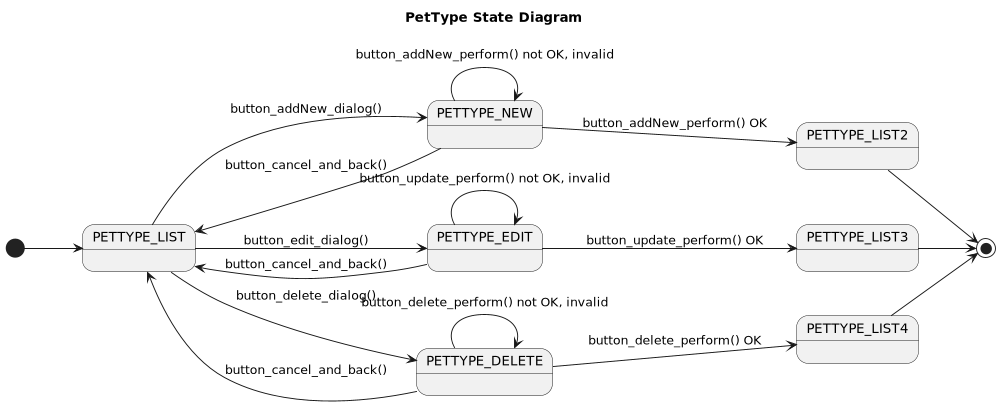
The PlantUML diagram src/main/webapp/img/PetType__UseCase_State-PetType_Use_Case_State_Diagram.png in Jakarta-EE-Petclinic/petclinic-jakartaee, before a commit.
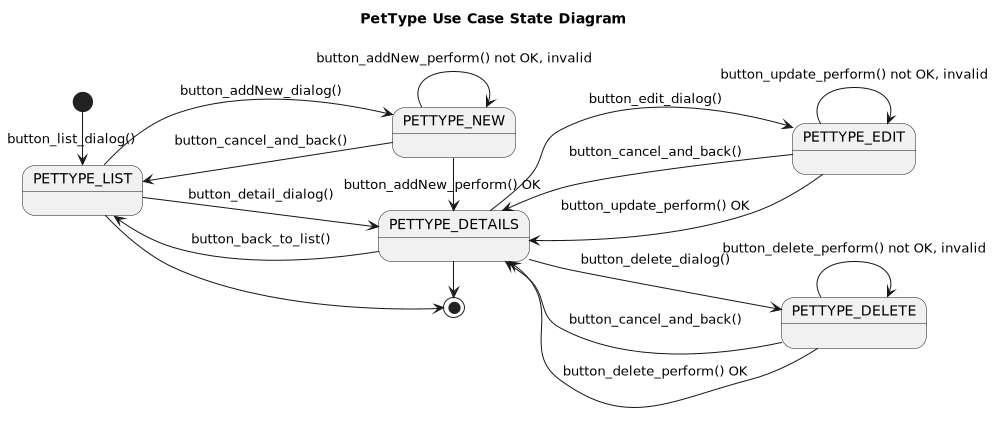
After the change.

Diff of the diagram source:
```diff
@@ -1,39 +1,39 @@
 @startuml
 
-title PetType State Diagram
+title PetType Use Case State Diagram
+
 
 left to right direction
 
 scale 1000 width
 
-[*] --> PETTYPE_LIST
+[*] -> PETTYPE_LIST: button_list_dialog()
 
 PETTYPE_LIST --> PETTYPE_NEW : button_addNew_dialog()
 PETTYPE_NEW --> PETTYPE_LIST: button_cancel_and_back()
-PETTYPE_NEW --> PETTYPE_LIST2: button_addNew_perform() OK
-
-PETTYPE_LIST --> PETTYPE_EDIT: button_edit_dialog()
-PETTYPE_EDIT --> PETTYPE_LIST: button_cancel_and_back()
-PETTYPE_EDIT --> PETTYPE_LIST3: button_update_perform() OK
-
-PETTYPE_LIST --> PETTYPE_DELETE: button_delete_dialog()
-PETTYPE_DELETE --> PETTYPE_LIST: button_cancel_and_back()
-PETTYPE_DELETE --> PETTYPE_LIST4: button_delete_perform() OK
-
-PETTYPE_LIST2 --> [*]
-PETTYPE_LIST3 --> [*]
-PETTYPE_LIST4 --> [*]
-
-
 state PETTYPE_NEW {
     PETTYPE_NEW --> PETTYPE_NEW : button_addNew_perform() not OK, invalid
 }
+PETTYPE_NEW -> PETTYPE_DETAILS: button_addNew_perform() OK
+
+PETTYPE_LIST --> PETTYPE_DETAILS: button_detail_dialog()
+PETTYPE_DETAILS --> PETTYPE_LIST : button_back_to_list()
+
+PETTYPE_DETAILS --> PETTYPE_EDIT: button_edit_dialog()
+PETTYPE_EDIT --> PETTYPE_DETAILS: button_cancel_and_back()
 state PETTYPE_EDIT {
     PETTYPE_EDIT --> PETTYPE_EDIT: button_update_perform() not OK, invalid
 }
+PETTYPE_EDIT --> PETTYPE_DETAILS: button_update_perform() OK
+
+PETTYPE_DETAILS --> PETTYPE_DELETE: button_delete_dialog()
+PETTYPE_DELETE --> PETTYPE_DETAILS: button_cancel_and_back()
 state PETTYPE_DELETE {
     PETTYPE_DELETE --> PETTYPE_DELETE: button_delete_perform() not OK, invalid
 }
+PETTYPE_DELETE --> PETTYPE_DETAILS: button_delete_perform() OK
 
+PETTYPE_LIST -> [*]
+PETTYPE_DETAILS -> [*]
 
 @enduml
```
